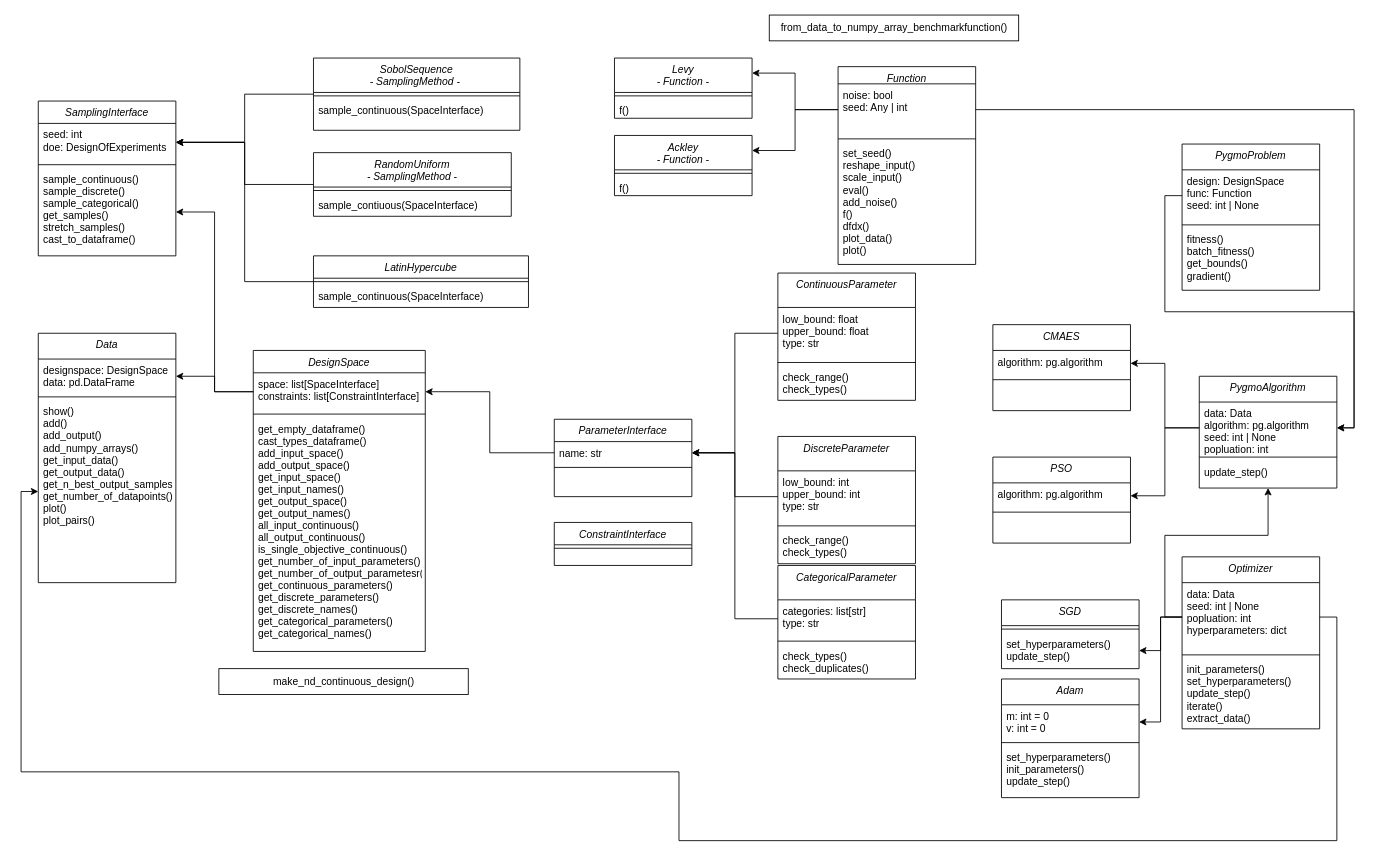
This is docs/uml/UML_overview.drawio from bessagroup/f3dasm, a draw.io file, before an edit. Source tidied: cells renumbered, new cells numbered last; positions are measured from the earlier drawing's top-left corner, leaving out a move shared by most shapes. Both pictures are drawn from the tidied source at 86%, with x=0, y=0 at pixel (21, 15).
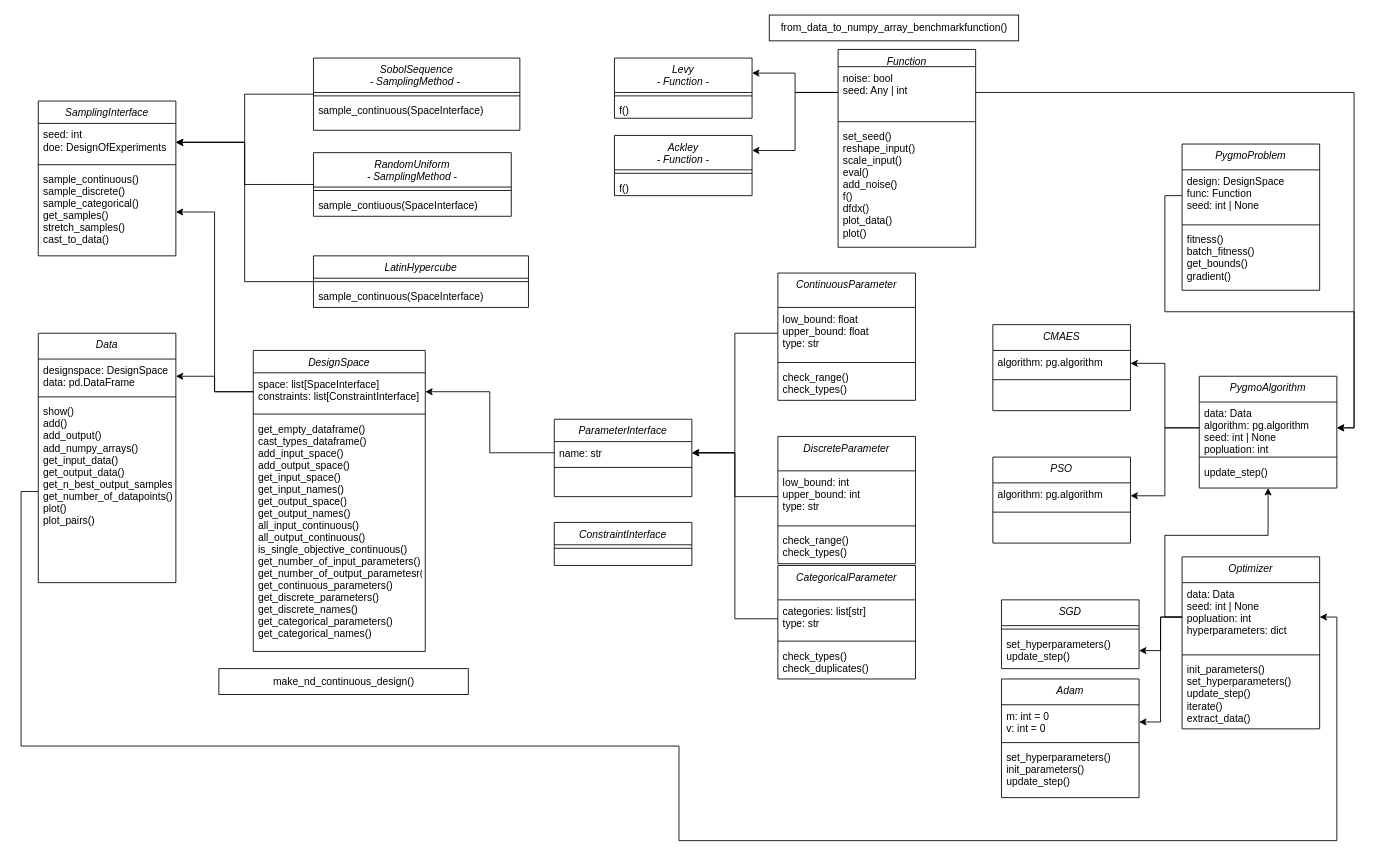
The same diagram, later.

The change refers to these unchanged cells:
```xml
<mxCell id="2" value="SamplingInterface" style="swimlane;fontStyle=2;align=center;verticalAlign=top;horizontal=1;startSize=26;rounded=0;shadow=0;strokeWidth=1;" parent="1" vertex="1">
  <mxGeometry x="20" y="100" width="160" height="180" as="geometry" />
</mxCell>
<mxCell id="47" value="show()&#10;add()&#10;add_output()&#10;add_numpy_arrays()&#10;get_input_data()&#10;get_output_data()&#10;get_n_best_output_samples()&#10;get_number_of_datapoints()&#10;plot()&#10;plot_pairs()" style="text;align=left;verticalAlign=top;spacingLeft=4;spacingRight=4;overflow=hidden;points=[[0,0.5],[1,0.5]];portConstraint=eastwest;" parent="44" vertex="1">
  <mxGeometry y="78" width="160" height="212" as="geometry" />
</mxCell>
<mxCell id="72" value="data: Data&#10;seed: int | None&#10;popluation: int&#10;hyperparameters: dict" style="text;align=left;verticalAlign=top;spacingLeft=4;spacingRight=4;overflow=hidden;points=[[0,0.5],[1,0.5]];portConstraint=eastwest;rounded=0;shadow=0;html=0;" parent="71" vertex="1">
  <mxGeometry y="30" width="160" height="80" as="geometry" />
</mxCell>
```

Change to the diagram source:
```diff
@@
-    <mxCell id="5" value="sample_continuous()&#10;sample_discrete()&#10;sample_categorical()&#10;get_samples()&#10;stretch_samples()&#10;cast_to_dataframe()" style="text;align=left;verticalAlign=top;spacingLeft=4;spacingRight=4;overflow=hidden;points=[[0,0.5],[1,0.5]];portConstraint=eastwest;" parent="2" vertex="1">
+    <mxCell id="5" value="sample_continuous()&#10;sample_discrete()&#10;sample_categorical()&#10;get_samples()&#10;stretch_samples()&#10;cast_to_data()" style="text;align=left;verticalAlign=top;spacingLeft=4;spacingRight=4;overflow=hidden;points=[[0,0.5],[1,0.5]];portConstraint=eastwest;" parent="2" vertex="1">
       <mxGeometry y="78" width="160" height="102" as="geometry" />
     </mxCell>
@@
     <mxCell id="49" value="Function" style="swimlane;fontStyle=2;align=center;verticalAlign=top;horizontal=1;startSize=20;rounded=0;shadow=0;strokeWidth=1;" parent="1" vertex="1">
-      <mxGeometry x="950" y="60" width="160" height="230" as="geometry" />
+      <mxGeometry x="950" y="40" width="160" height="230" as="geometry" />
     </mxCell>
@@
-    <mxCell id="95" style="edgeStyle=orthogonalEdgeStyle;rounded=0;jettySize=auto;html=1;exitX=1;exitY=0.5;exitDx=0;exitDy=0;entryX=0;entryY=0.5;entryDx=0;entryDy=0;" parent="1" edge="1" source="72" target="47">
-      <mxGeometry relative="1" as="geometry">
-        <Array as="points">
-          <mxPoint x="1530" y="700" />
-          <mxPoint x="1530" y="960" />
-          <mxPoint x="765" y="960" />
-          <mxPoint x="765" y="880" />
-          <mxPoint y="880" />
-          <mxPoint y="554" />
-        </Array>
-      </mxGeometry>
-    </mxCell>
+    <mxCell id="96" style="edgeStyle=orthogonalEdgeStyle;rounded=0;jettySize=auto;html=1;exitX=0;exitY=0.5;exitDx=0;exitDy=0;entryX=1;entryY=0.5;entryDx=0;entryDy=0;" parent="1" edge="1" source="47" target="72">
+      <mxGeometry relative="1" as="geometry">
+        <Array as="points">
+          <mxPoint y="554" />
+          <mxPoint y="850" />
+          <mxPoint x="765" y="850" />
+          <mxPoint x="765" y="960" />
+          <mxPoint x="1530" y="960" />
+          <mxPoint x="1530" y="700" />
+        </Array>
+      </mxGeometry>
+    </mxCell>
```
